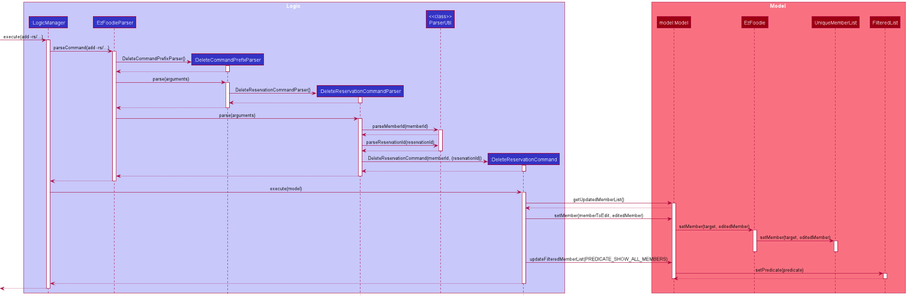
Before: docs/images/DeleteReservationSequenceDiagram.png, a diagram exported from PlantUML (zzybluebell/tp).
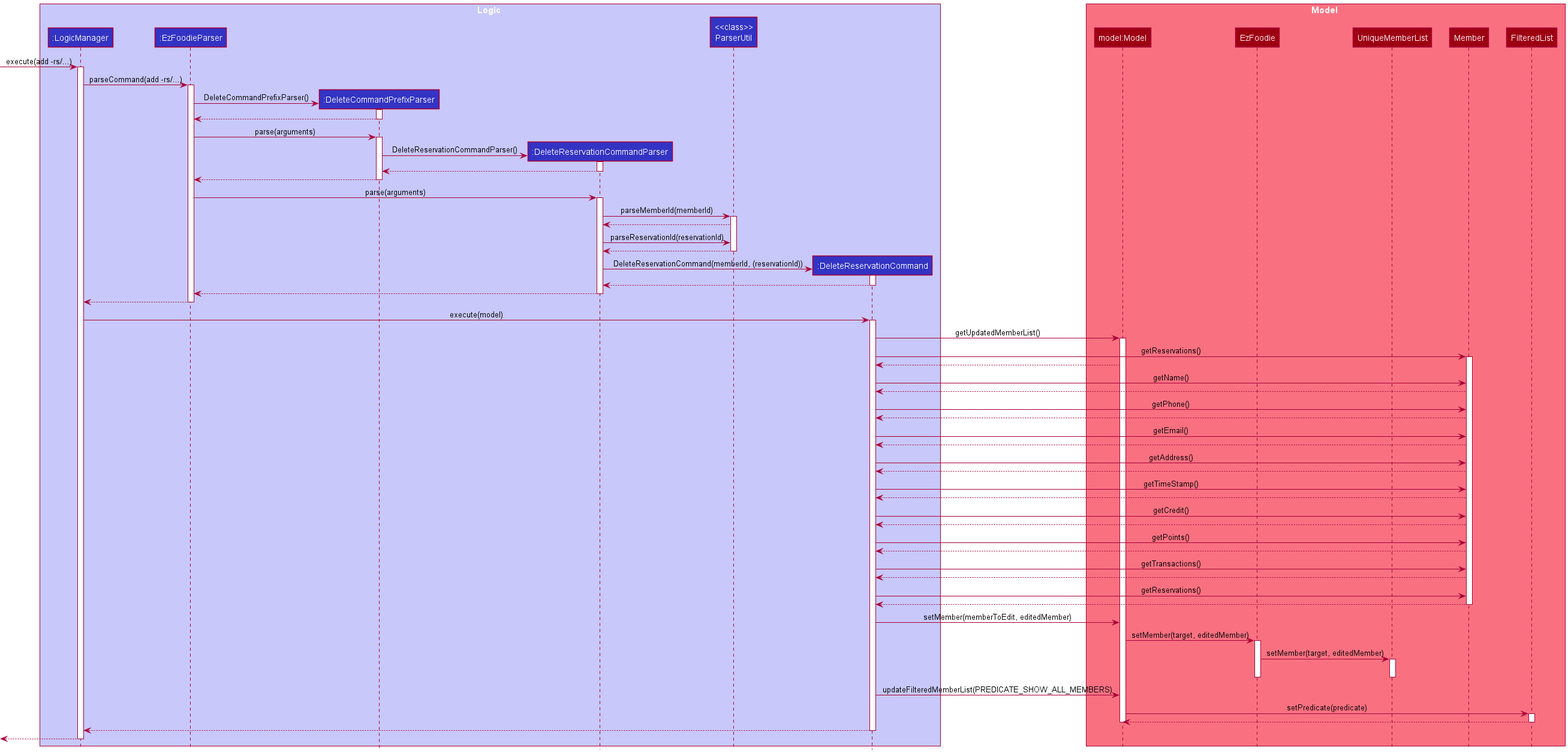
After the change.

Commit message:
Update UG and fix bugs in UML diagrams

The edit, as a diff of the source:
```diff
@@ -14,6 +14,7 @@
 participant "model:Model" as Model MODEL_COLOR
 participant "EzFoodie" as EzFoodie MODEL_COLOR
 participant "UniqueMemberList" as UniqueMemberList MODEL_COLOR
+participant "Member" as Member MODEL_COLOR
 participant "FilteredList" as FilteredList MODEL_COLOR
 end box
 
@@ -75,7 +76,47 @@
 DeleteReservationCommand -> Model : getUpdatedMemberList()
 activate Model
 
+DeleteReservationCommand -> Member : getReservations()
+activate Member
+
 Model --> DeleteReservationCommand
+
+DeleteReservationCommand -> Member : getName()
+
+Member --> DeleteReservationCommand
+
+DeleteReservationCommand -> Member : getPhone()
+
+Member --> DeleteReservationCommand
+
+DeleteReservationCommand -> Member : getEmail()
+
+Member --> DeleteReservationCommand
+
+DeleteReservationCommand -> Member : getAddress()
+
+Member --> DeleteReservationCommand
+
+DeleteReservationCommand -> Member : getTimeStamp()
+
+Member --> DeleteReservationCommand
+
+DeleteReservationCommand -> Member : getCredit()
+
+Member --> DeleteReservationCommand
+
+DeleteReservationCommand -> Member : getPoints()
+
+Member --> DeleteReservationCommand
+
+DeleteReservationCommand -> Member : getTransactions()
+
+Member --> DeleteReservationCommand
+
+DeleteReservationCommand -> Member : getReservations()
+
+Member --> DeleteReservationCommand
+deactivate Member
 
 DeleteReservationCommand -> Model : setMember(memberToEdit, editedMember)
 
```
